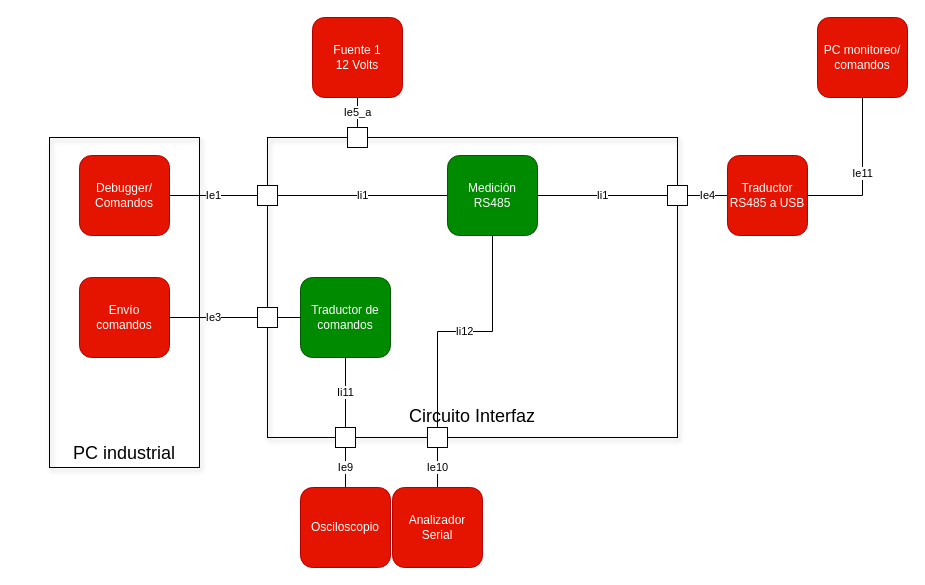
This is page "Page-2" (2 of 2) of Drawio/Ensayo_5.drawio from gvdiaz/Diagramas_simil_Visio, a draw.io file, before an edit. Source tidied: cells renumbered, new cells numbered last; positions are measured from the earlier drawing's top-left corner, leaving out a move shared by most shapes. Both pictures are drawn from the tidied source at 100%, with x=0, y=0 at pixel (49, 17).
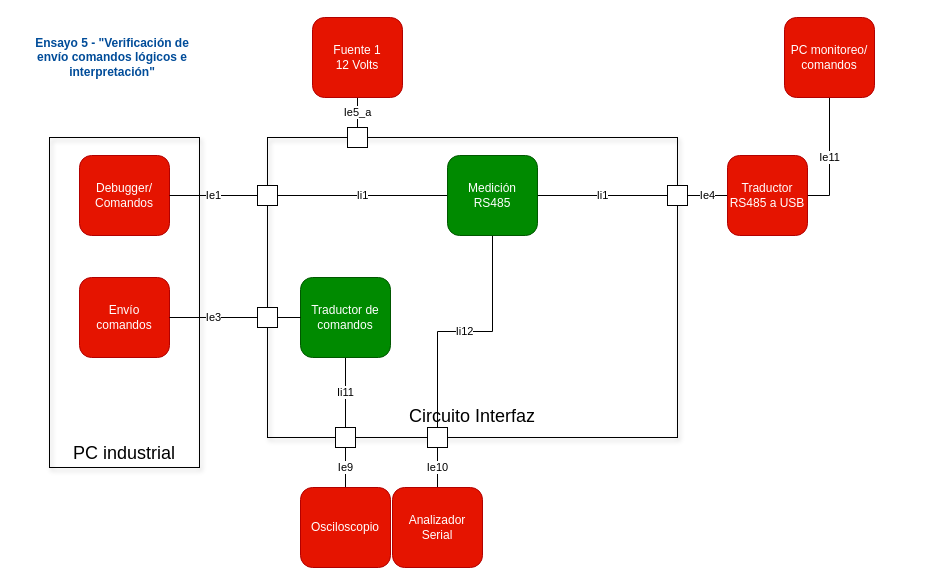
Above is the later version.

Commit message:
Versión que pasó al word.

The edit, as a diff of the source:
```diff
@@
     <mxCell id="17" value="&lt;div&gt;PC monitoreo/&lt;/div&gt;&lt;div&gt;comandos&lt;/div&gt;" style="rounded=1;whiteSpace=wrap;html=1;fillColor=#e51400;strokeColor=#B20000;fontColor=#ffffff;" parent="1" vertex="1">
-      <mxGeometry x="768" width="90" height="80" as="geometry" />
+      <mxGeometry x="735" width="90" height="80" as="geometry" />
     </mxCell>
@@
+    <mxCell id="31" value="&lt;b&gt;&lt;font color=&quot;#004C99&quot;&gt;Ensayo 5 - &quot;Verificación de envío comandos lógicos e interpretación&quot;&lt;/font&gt;&lt;/b&gt;" style="text;html=1;strokeColor=none;fillColor=none;align=center;verticalAlign=middle;whiteSpace=wrap;rounded=0;" parent="1" vertex="1">
+      <mxGeometry x="-32" y="30" width="190" height="20" as="geometry" />
+    </mxCell>
```
